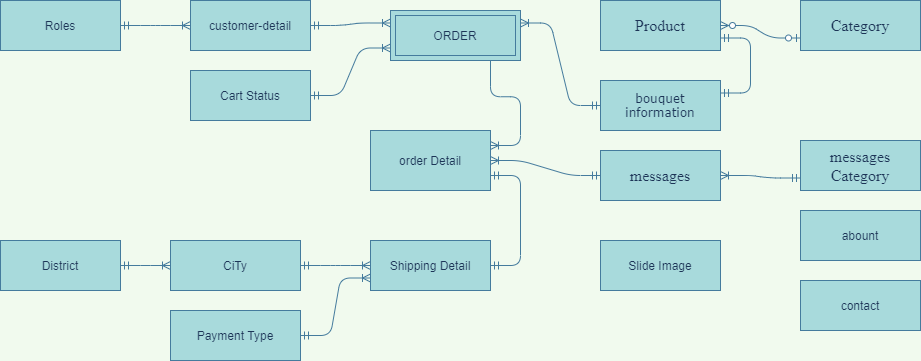
maialino123/Eproject-SEM3 keeps this draw.io diagram as Untitled Diagram.png. Above is the earlier version. Source tidied: cells renumbered, new cells last; positions are measured from the earlier drawing's top-left corner, leaving out a move shared by most shapes. Its diagram source:
```xml
<mxGraphModel background="#F1FAEE">
  <root>
    <mxCell id="0" />
    <mxCell id="1" parent="0" />
    <mxCell id="2" value="customer-detail" style="whiteSpace=wrap;html=1;align=center;rounded=0;sketch=0;fontColor=#1D3557;strokeColor=#457B9D;fillColor=#A8DADC;" parent="1" vertex="1">
      <mxGeometry x="190" width="120" height="50" as="geometry" />
    </mxCell>
    <mxCell id="3" value="&lt;p class=&quot;MsoNormal&quot;&gt;&lt;span style=&quot;font-family: &amp;#34;verdana&amp;#34; , sans-serif&quot;&gt;bouquet&lt;br/&gt;information&lt;/span&gt;&lt;/p&gt;" style="whiteSpace=wrap;html=1;align=center;rounded=0;sketch=0;fontColor=#1D3557;strokeColor=#457B9D;fillColor=#A8DADC;" parent="1" vertex="1">
      <mxGeometry x="600" y="80" width="120" height="50" as="geometry" />
    </mxCell>
    <mxCell id="4" value="&lt;p class=&quot;MsoNormal&quot;&gt;&lt;span style=&quot;font-size: 12.0pt ; font-family: &amp;#34;times new roman&amp;#34; , serif&quot;&gt;messages&lt;/span&gt;&lt;span style=&quot;font-family: &amp;#34;verdana&amp;#34; , sans-serif&quot;&gt;&lt;br&gt;&lt;/span&gt;&lt;/p&gt;" style="whiteSpace=wrap;html=1;align=center;rounded=0;sketch=0;fontColor=#1D3557;strokeColor=#457B9D;fillColor=#A8DADC;" parent="1" vertex="1">
      <mxGeometry x="600" y="150" width="120" height="50" as="geometry" />
    </mxCell>
    <mxCell id="5" value="&lt;p class=&quot;MsoNormal&quot;&gt;&lt;font face=&quot;times new roman, serif&quot;&gt;&lt;span style=&quot;font-size: 16px&quot;&gt;Category&lt;/span&gt;&lt;/font&gt;&lt;/p&gt;" style="whiteSpace=wrap;html=1;align=center;rounded=0;sketch=0;fontColor=#1D3557;strokeColor=#457B9D;fillColor=#A8DADC;" parent="1" vertex="1">
      <mxGeometry x="800" width="120" height="50" as="geometry" />
    </mxCell>
    <mxCell id="6" value="&lt;p class=&quot;MsoNormal&quot;&gt;&lt;font face=&quot;times new roman, serif&quot;&gt;&lt;span style=&quot;font-size: 16px&quot;&gt;Product&lt;/span&gt;&lt;/font&gt;&lt;/p&gt;" style="whiteSpace=wrap;html=1;align=center;rounded=0;sketch=0;fontColor=#1D3557;strokeColor=#457B9D;fillColor=#A8DADC;" parent="1" vertex="1">
      <mxGeometry x="600" width="120" height="50" as="geometry" />
    </mxCell>
    <mxCell id="7" style="edgeStyle=entityRelationEdgeStyle;fontSize=12;html=1;endArrow=ERzeroToMany;startArrow=ERzeroToOne;fontColor=#1D3557;strokeColor=#457B9D;fillColor=#A8DADC;exitX=0;exitY=0.75;exitDx=0;exitDy=0;entryX=1;entryY=0.5;entryDx=0;entryDy=0;labelBackgroundColor=#F1FAEE;" parent="1" edge="1" source="5" target="6">
      <mxGeometry relative="1" as="geometry" />
    </mxCell>
    <mxCell id="8" style="edgeStyle=entityRelationEdgeStyle;fontSize=12;html=1;endArrow=ERmandOne;startArrow=ERmandOne;fontColor=#1D3557;fillColor=#A8DADC;rounded=1;entryX=1;entryY=0.75;entryDx=0;entryDy=0;exitX=1;exitY=0.25;exitDx=0;exitDy=0;strokeColor=#457B9D;labelBackgroundColor=#F1FAEE;" parent="1" edge="1" source="3" target="6">
      <mxGeometry relative="1" as="geometry" />
    </mxCell>
    <mxCell id="9" value="&lt;p class=&quot;MsoNormal&quot;&gt;&lt;span style=&quot;font-size: 12.0pt ; font-family: &amp;#34;times new roman&amp;#34; , serif&quot;&gt;messages Category&lt;/span&gt;&lt;span style=&quot;font-family: &amp;#34;verdana&amp;#34; , sans-serif&quot;&gt;&lt;br&gt;&lt;/span&gt;&lt;/p&gt;" style="whiteSpace=wrap;html=1;align=center;rounded=0;sketch=0;fontColor=#1D3557;strokeColor=#457B9D;fillColor=#A8DADC;" parent="1" vertex="1">
      <mxGeometry x="800" y="140" width="120" height="50" as="geometry" />
    </mxCell>
    <mxCell id="10" style="edgeStyle=entityRelationEdgeStyle;fontSize=12;html=1;endArrow=ERoneToMany;startArrow=ERmandOne;fontColor=#1D3557;strokeColor=#457B9D;fillColor=#A8DADC;entryX=1;entryY=0.5;entryDx=0;entryDy=0;exitX=0;exitY=0.75;exitDx=0;exitDy=0;labelBackgroundColor=#F1FAEE;" parent="1" edge="1" source="9" target="4">
      <mxGeometry relative="1" as="geometry" />
    </mxCell>
    <mxCell id="11" value="District" style="whiteSpace=wrap;html=1;align=center;rounded=0;sketch=0;fontColor=#1D3557;strokeColor=#457B9D;fillColor=#A8DADC;" parent="1" vertex="1">
      <mxGeometry y="240" width="120" height="50" as="geometry" />
    </mxCell>
    <mxCell id="12" value="CiTy" style="whiteSpace=wrap;html=1;align=center;rounded=0;sketch=0;fontColor=#1D3557;strokeColor=#457B9D;fillColor=#A8DADC;" parent="1" vertex="1">
      <mxGeometry x="170" y="240" width="130" height="50" as="geometry" />
    </mxCell>
    <mxCell id="13" style="edgeStyle=entityRelationEdgeStyle;fontSize=12;html=1;endArrow=ERoneToMany;startArrow=ERmandOne;fontColor=#1D3557;strokeColor=#457B9D;fillColor=#A8DADC;entryX=0;entryY=0.5;entryDx=0;entryDy=0;exitX=1;exitY=0.5;exitDx=0;exitDy=0;labelBackgroundColor=#F1FAEE;" parent="1" edge="1" source="11" target="12">
      <mxGeometry relative="1" as="geometry" />
    </mxCell>
    <mxCell id="14" value="Cart Status" style="whiteSpace=wrap;html=1;align=center;rounded=0;sketch=0;fontColor=#1D3557;strokeColor=#457B9D;fillColor=#A8DADC;" parent="1" vertex="1">
      <mxGeometry x="190" y="70" width="120" height="50" as="geometry" />
    </mxCell>
    <mxCell id="15" value="Roles" style="whiteSpace=wrap;html=1;align=center;rounded=0;sketch=0;fontColor=#1D3557;strokeColor=#457B9D;fillColor=#A8DADC;" parent="1" vertex="1">
      <mxGeometry width="120" height="50" as="geometry" />
    </mxCell>
    <mxCell id="16" value="order Detail" style="whiteSpace=wrap;html=1;align=center;rounded=0;sketch=0;fontColor=#1D3557;strokeColor=#457B9D;fillColor=#A8DADC;" parent="1" vertex="1">
      <mxGeometry x="370" y="130" width="120" height="60" as="geometry" />
    </mxCell>
    <mxCell id="17" value="Slide Image" style="whiteSpace=wrap;html=1;align=center;rounded=0;sketch=0;fontColor=#1D3557;strokeColor=#457B9D;fillColor=#A8DADC;" parent="1" vertex="1">
      <mxGeometry x="600" y="240" width="120" height="50" as="geometry" />
    </mxCell>
    <mxCell id="18" style="edgeStyle=entityRelationEdgeStyle;fontSize=12;html=1;endArrow=ERoneToMany;startArrow=ERmandOne;fontColor=#1D3557;strokeColor=#457B9D;fillColor=#A8DADC;entryX=1;entryY=0.25;entryDx=0;entryDy=0;labelBackgroundColor=#F1FAEE;" parent="1" edge="1" source="3" target="24">
      <mxGeometry relative="1" as="geometry" />
    </mxCell>
    <mxCell id="19" style="edgeStyle=entityRelationEdgeStyle;fontSize=12;html=1;endArrow=ERoneToMany;startArrow=ERmandOne;fontColor=#1D3557;strokeColor=#457B9D;fillColor=#A8DADC;entryX=0;entryY=0.25;entryDx=0;entryDy=0;exitX=1;exitY=0.5;exitDx=0;exitDy=0;labelBackgroundColor=#F1FAEE;" parent="1" edge="1" source="2" target="24">
      <mxGeometry relative="1" as="geometry" />
    </mxCell>
    <mxCell id="20" style="edgeStyle=entityRelationEdgeStyle;fontSize=12;html=1;endArrow=ERoneToMany;startArrow=ERmandOne;fontColor=#1D3557;strokeColor=#457B9D;fillColor=#A8DADC;entryX=0;entryY=0.5;entryDx=0;entryDy=0;exitX=1;exitY=0.5;exitDx=0;exitDy=0;labelBackgroundColor=#F1FAEE;" parent="1" edge="1" source="15" target="2">
      <mxGeometry relative="1" as="geometry" />
    </mxCell>
    <mxCell id="21" style="edgeStyle=entityRelationEdgeStyle;fontSize=12;html=1;endArrow=ERoneToMany;startArrow=ERmandOne;fontColor=#1D3557;strokeColor=#457B9D;fillColor=#A8DADC;entryX=0;entryY=0.75;entryDx=0;entryDy=0;exitX=1;exitY=0.5;exitDx=0;exitDy=0;labelBackgroundColor=#F1FAEE;" parent="1" edge="1" source="14" target="24">
      <mxGeometry relative="1" as="geometry" />
    </mxCell>
    <mxCell id="22" style="edgeStyle=entityRelationEdgeStyle;fontSize=12;html=1;endArrow=ERoneToMany;startArrow=ERmandOne;fontColor=#1D3557;strokeColor=#457B9D;fillColor=#A8DADC;exitX=1;exitY=0.75;exitDx=0;exitDy=0;labelBackgroundColor=#F1FAEE;entryX=1;entryY=0.25;entryDx=0;entryDy=0;" parent="1" edge="1" source="24" target="16">
      <mxGeometry relative="1" as="geometry" />
    </mxCell>
    <mxCell id="23" value="Shipping Detail" style="whiteSpace=wrap;html=1;align=center;rounded=0;sketch=0;fontColor=#1D3557;strokeColor=#457B9D;fillColor=#A8DADC;" parent="1" vertex="1">
      <mxGeometry x="370" y="240" width="120" height="50" as="geometry" />
    </mxCell>
    <mxCell id="24" value="ORDER" style="shape=ext;margin=3;double=1;whiteSpace=wrap;html=1;align=center;fillColor=#A8DADC;strokeColor=#457B9D;fontColor=#1D3557;" parent="1" vertex="1">
      <mxGeometry x="390" y="10" width="130" height="50" as="geometry" />
    </mxCell>
    <mxCell id="25" style="edgeStyle=entityRelationEdgeStyle;fontSize=12;html=1;endArrow=ERoneToMany;startArrow=ERmandOne;fontColor=#1D3557;strokeColor=#457B9D;fillColor=#A8DADC;entryX=1;entryY=0.5;entryDx=0;entryDy=0;exitX=0;exitY=0.5;exitDx=0;exitDy=0;labelBackgroundColor=#F1FAEE;" parent="1" edge="1" source="4" target="16">
      <mxGeometry relative="1" as="geometry" />
    </mxCell>
    <mxCell id="26" style="edgeStyle=entityRelationEdgeStyle;fontSize=12;html=1;endArrow=ERoneToMany;startArrow=ERmandOne;fontColor=#1D3557;strokeColor=#457B9D;fillColor=#A8DADC;entryX=0;entryY=0.5;entryDx=0;entryDy=0;exitX=1;exitY=0.5;exitDx=0;exitDy=0;labelBackgroundColor=#F1FAEE;" parent="1" edge="1" source="12" target="23">
      <mxGeometry relative="1" as="geometry" />
    </mxCell>
    <mxCell id="27" style="edgeStyle=entityRelationEdgeStyle;fontSize=12;html=1;endArrow=ERmandOne;startArrow=ERmandOne;fontColor=#1D3557;strokeColor=#457B9D;fillColor=#A8DADC;entryX=1;entryY=0.5;entryDx=0;entryDy=0;exitX=1;exitY=0.75;exitDx=0;exitDy=0;" parent="1" edge="1" source="16" target="23">
      <mxGeometry relative="1" as="geometry" />
    </mxCell>
    <mxCell id="28" value="Payment Type" style="whiteSpace=wrap;html=1;align=center;rounded=0;sketch=0;fontColor=#1D3557;strokeColor=#457B9D;fillColor=#A8DADC;" parent="1" vertex="1">
      <mxGeometry x="170" y="310" width="130" height="50" as="geometry" />
    </mxCell>
    <mxCell id="29" style="edgeStyle=entityRelationEdgeStyle;fontSize=12;html=1;endArrow=ERoneToMany;startArrow=ERmandOne;fontColor=#1D3557;strokeColor=#457B9D;fillColor=#A8DADC;entryX=0;entryY=0.75;entryDx=0;entryDy=0;labelBackgroundColor=#F1FAEE;exitX=1;exitY=0.5;exitDx=0;exitDy=0;" parent="1" edge="1" source="28" target="23">
      <mxGeometry relative="1" as="geometry" />
    </mxCell>
    <mxCell id="30" value="abount" style="whiteSpace=wrap;html=1;align=center;rounded=0;sketch=0;fontColor=#1D3557;strokeColor=#457B9D;fillColor=#A8DADC;" parent="1" vertex="1">
      <mxGeometry x="800" y="210" width="120" height="50" as="geometry" />
    </mxCell>
    <mxCell id="31" value="contact" style="whiteSpace=wrap;html=1;align=center;rounded=0;sketch=0;fontColor=#1D3557;strokeColor=#457B9D;fillColor=#A8DADC;" parent="1" vertex="1">
      <mxGeometry x="800" y="280" width="120" height="50" as="geometry" />
    </mxCell>
  </root>
</mxGraphModel>
```
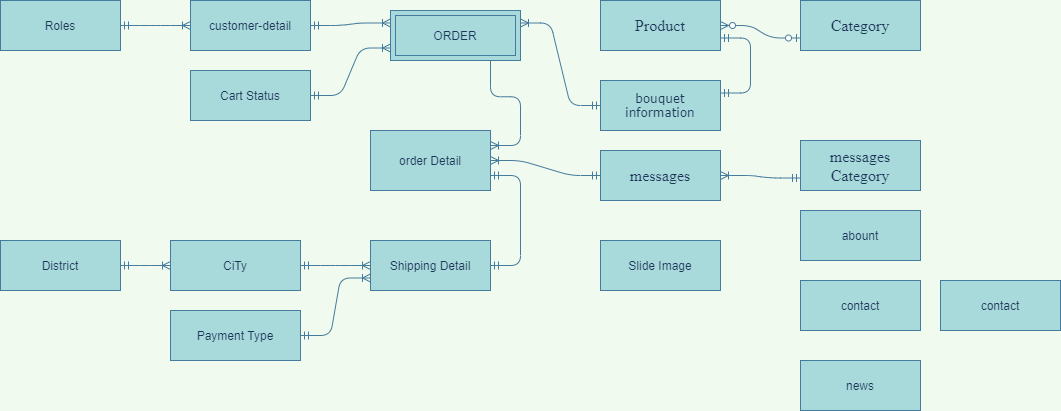
Above is the later version.

Change to the diagram source:
```diff
@@ -92,5 +92,11 @@
     <mxCell id="31" value="contact" style="whiteSpace=wrap;html=1;align=center;rounded=0;sketch=0;fontColor=#1D3557;strokeColor=#457B9D;fillColor=#A8DADC;" parent="1" vertex="1">
       <mxGeometry x="800" y="280" width="120" height="50" as="geometry" />
     </mxCell>
+    <mxCell id="32" value="contact" style="whiteSpace=wrap;html=1;align=center;rounded=0;sketch=0;fontColor=#1D3557;strokeColor=#457B9D;fillColor=#A8DADC;" parent="1" vertex="1">
+      <mxGeometry x="940" y="280" width="120" height="50" as="geometry" />
+    </mxCell>
+    <mxCell id="33" value="news" style="whiteSpace=wrap;html=1;align=center;rounded=0;sketch=0;fontColor=#1D3557;strokeColor=#457B9D;fillColor=#A8DADC;" parent="1" vertex="1">
+      <mxGeometry x="800" y="360" width="120" height="50" as="geometry" />
+    </mxCell>
   </root>
 </mxGraphModel>
```
